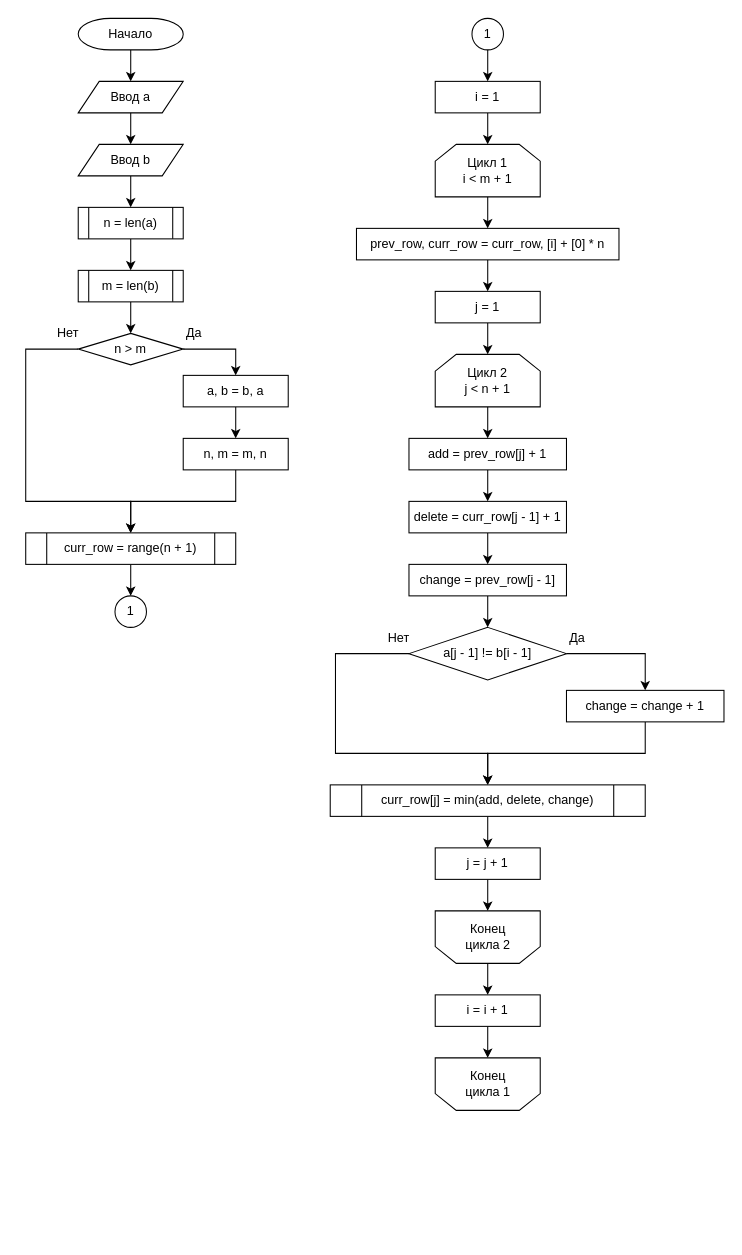
Before: page "8.3.1" (12 of 12) of Блок-схемы.drawio in hantagu/practice, a draw.io diagram. Source tidied: cells renumbered, new cells numbered last; positions are measured from the earlier drawing's top-left corner, leaving out a move shared by most shapes. Both pictures are drawn from the tidied source at 105%, with x=0, y=0 at pixel (25, 18).
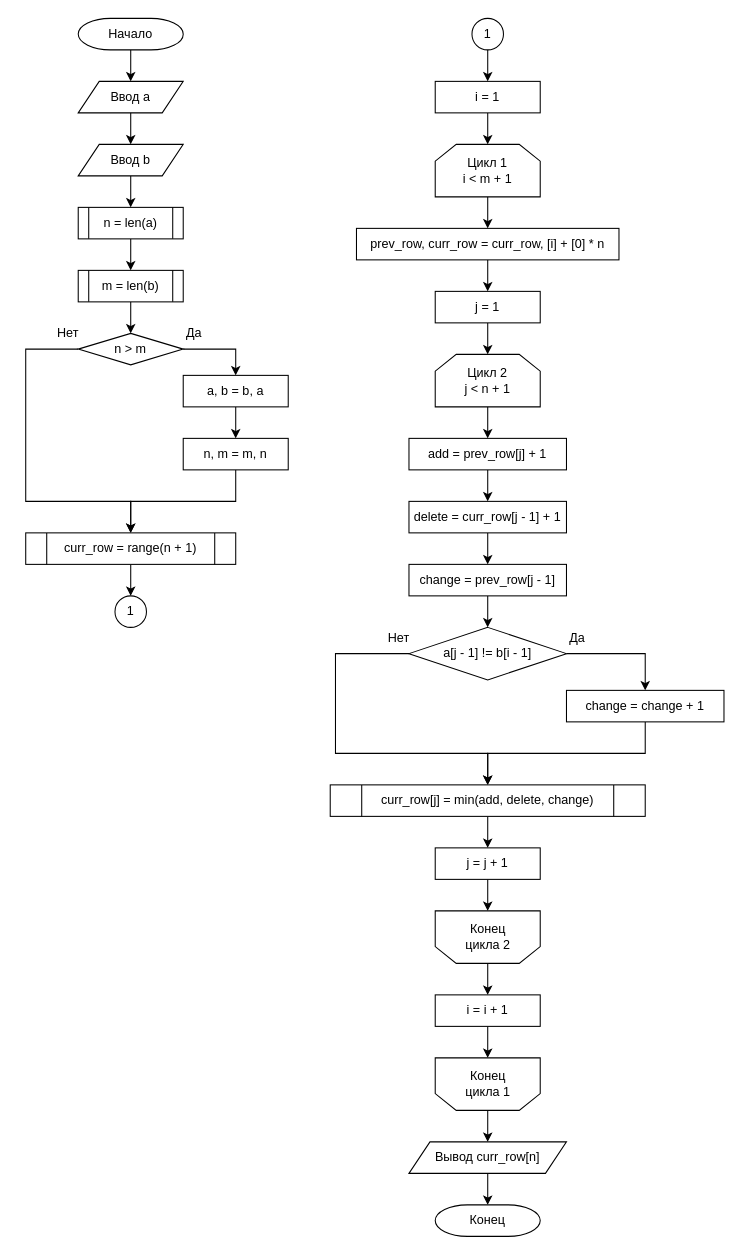
After the change.

Commit message:
Пт 16 дек 2022 09:31:29 MSK

Unchanged cells that the change refers to:
```xml
<mxCell id="28" style="shape=loopLimit;whiteSpace=wrap;html=1;rotation=-180;" parent="27" vertex="1">
  <mxGeometry width="100" height="50" as="geometry" />
</mxCell>
```

What changed in the source:
```diff
@@
+    <mxCell id="62" style="edgeStyle=orthogonalEdgeStyle;rounded=0;jettySize=auto;html=1;exitX=0.5;exitY=1;exitDx=0;exitDy=0;entryX=0.5;entryY=0;entryDx=0;entryDy=0;entryPerimeter=0;" parent="1" edge="1" source="63" target="65">
+      <mxGeometry relative="1" as="geometry" />
+    </mxCell>
+    <mxCell id="63" value="Вывод curr_row[n]" style="shape=parallelogram;perimeter=parallelogramPerimeter;whiteSpace=wrap;html=1;fixedSize=1;" parent="1" vertex="1">
+      <mxGeometry x="365" y="1070" width="150" height="30" as="geometry" />
+    </mxCell>
+    <mxCell id="64" style="edgeStyle=orthogonalEdgeStyle;rounded=0;jettySize=auto;html=1;exitX=0.5;exitY=0;exitDx=0;exitDy=0;entryX=0.5;entryY=0;entryDx=0;entryDy=0;" parent="1" edge="1" source="28" target="63">
+      <mxGeometry relative="1" as="geometry" />
+    </mxCell>
+    <mxCell id="65" value="Конец" style="strokeWidth=1;html=1;shape=mxgraph.flowchart.terminator;whiteSpace=wrap;" parent="1" vertex="1">
+      <mxGeometry x="390" y="1130" width="100" height="30" as="geometry" />
+    </mxCell>
```
